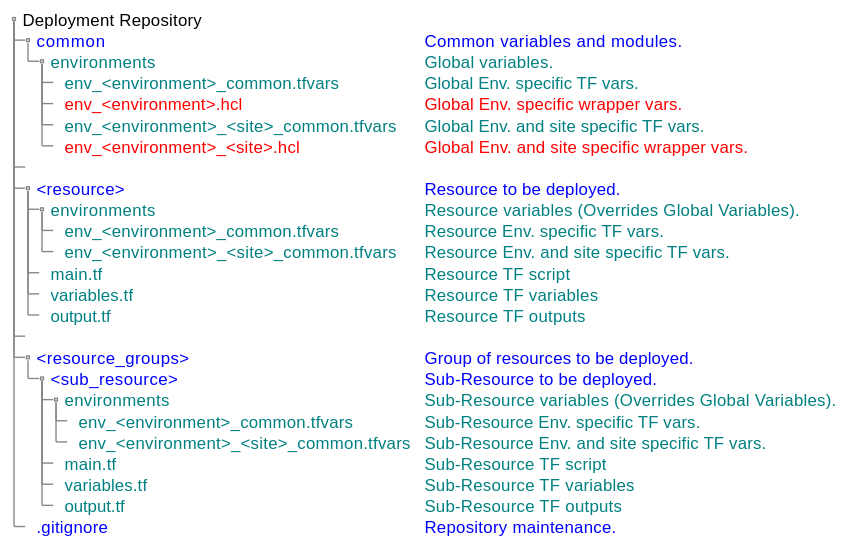
Before: images/repo_architecture.svg, a diagram exported from PlantUML (mpearson117/tfbuild). Source of this version:
```plantuml
@startuml
salt
{
{T
+ Deployment Repository
++ <color:blue>common                                    | <color:blue>Common variables and modules.
+++ <color:teal>environments                             | <color:teal>Global variables.
++++ <color:teal>env_<environment>_common.tfvars         | <color:teal>Global Env. specific TF vars.
++++ <color:red>env_<environment>.hcl                    | <color:red>Global Env. specific wrapper vars.
++++ <color:teal>env_<environment>_<site>_common.tfvars  | <color:teal>Global Env. and site specific TF vars.
++++ <color:red>env_<environment>_<site>.hcl             | <color:red>Global Env. and site specific wrapper vars.
++
++ <color:blue><resource>                                | <color:blue>Resource to be deployed.
+++ <color:teal>environments                             | <color:teal>Resource variables (Overrides Global Variables).
++++ <color:teal>env_<environment>_common.tfvars         | <color:teal>Resource Env. specific TF vars.
++++ <color:teal>env_<environment>_<site>_common.tfvars  | <color:teal>Resource Env. and site specific TF vars.
+++ <color:teal>main.tf                                  | <color:teal>Resource TF script
+++ <color:teal>variables.tf                             | <color:teal>Resource TF variables
+++ <color:teal>output.tf                                | <color:teal>Resource TF outputs
++
++ <color:blue><resource_groups>                         | <color:blue>Group of resources to be deployed.
+++ <color:blue><sub_resource>                           | <color:blue>Sub-Resource to be deployed.
++++ <color:teal>environments                            | <color:teal>Sub-Resource variables (Overrides Global Variables).
+++++ <color:teal>env_<environment>_common.tfvars        | <color:teal>Sub-Resource Env. specific TF vars.
+++++ <color:teal>env_<environment>_<site>_common.tfvars | <color:teal>Sub-Resource Env. and site specific TF vars.
++++ <color:teal>main.tf                                 | <color:teal>Sub-Resource TF script
++++ <color:teal>variables.tf                            | <color:teal>Sub-Resource TF variables
++++ <color:teal>output.tf                               | <color:teal>Sub-Resource TF outputs
++ <color:blue>.gitignore                                | <color:blue>Repository maintenance.
}
}
@enduml
```
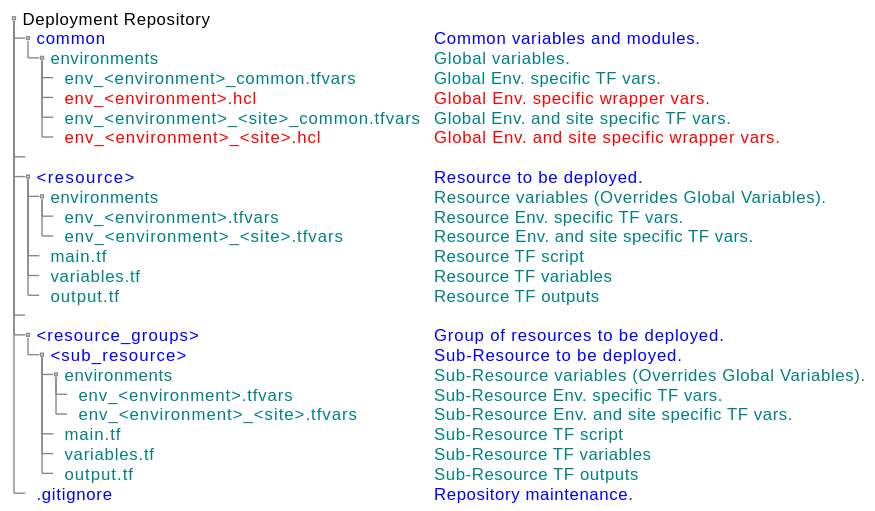
The same file after the commit.

The edit, as a diff of the source:
```diff
@@ -12,8 +12,8 @@
 ++
 ++ <color:blue><resource>                                | <color:blue>Resource to be deployed.
 +++ <color:teal>environments                             | <color:teal>Resource variables (Overrides Global Variables).
-++++ <color:teal>env_<environment>_common.tfvars         | <color:teal>Resource Env. specific TF vars.
-++++ <color:teal>env_<environment>_<site>_common.tfvars  | <color:teal>Resource Env. and site specific TF vars.
+++++ <color:teal>env_<environment>.tfvars                | <color:teal>Resource Env. specific TF vars.
+++++ <color:teal>env_<environment>_<site>.tfvars         | <color:teal>Resource Env. and site specific TF vars.
 +++ <color:teal>main.tf                                  | <color:teal>Resource TF script
 +++ <color:teal>variables.tf                             | <color:teal>Resource TF variables
 +++ <color:teal>output.tf                                | <color:teal>Resource TF outputs
@@ -21,8 +21,8 @@
 ++ <color:blue><resource_groups>                         | <color:blue>Group of resources to be deployed.
 +++ <color:blue><sub_resource>                           | <color:blue>Sub-Resource to be deployed.
 ++++ <color:teal>environments                            | <color:teal>Sub-Resource variables (Overrides Global Variables).
-+++++ <color:teal>env_<environment>_common.tfvars        | <color:teal>Sub-Resource Env. specific TF vars.
-+++++ <color:teal>env_<environment>_<site>_common.tfvars | <color:teal>Sub-Resource Env. and site specific TF vars.
++++++ <color:teal>env_<environment>.tfvars               | <color:teal>Sub-Resource Env. specific TF vars.
++++++ <color:teal>env_<environment>_<site>.tfvars        | <color:teal>Sub-Resource Env. and site specific TF vars.
 ++++ <color:teal>main.tf                                 | <color:teal>Sub-Resource TF script
 ++++ <color:teal>variables.tf                            | <color:teal>Sub-Resource TF variables
 ++++ <color:teal>output.tf                               | <color:teal>Sub-Resource TF outputs
```
